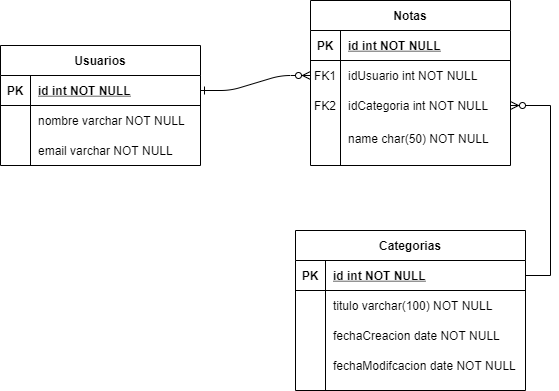
This is tareasDb.png from antoniooroug/tareasDataBase, a draw.io export, as it was before one commit. Source tidied: cells renumbered, new cells last; positions are measured from the earlier drawing's top-left corner, leaving out a move shared by most shapes.
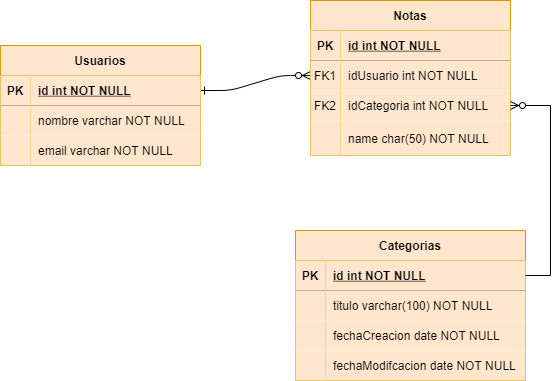
The same diagram one commit later.

Change to the diagram source:
```diff
@@ -5,112 +5,112 @@
     <mxCell id="2" style="edgeStyle=entityRelationEdgeStyle;endArrow=ERzeroToMany;startArrow=ERone;endFill=1;startFill=0;exitX=1;exitY=0.5;exitDx=0;exitDy=0;" parent="1" edge="1" source="30" target="7">
       <mxGeometry relative="1" as="geometry" />
     </mxCell>
-    <mxCell id="3" value="Notas" style="shape=table;startSize=30;rowLines=0;fontStyle=1;align=center;" parent="1" vertex="1">
-      <mxGeometry x="310" width="200" height="165" as="geometry" />
+    <mxCell id="3" value="Notas" style="shape=table;startSize=30;rowLines=0;fontStyle=1;align=center;fillColor=#ffe6cc;strokeColor=#d79b00;" parent="1" vertex="1">
+      <mxGeometry x="310" width="200" height="155" as="geometry" />
     </mxCell>
     <mxCell id="4" style="shape=partialRectangle;fillColor=none;top=0;left=0;right=0;bottom=1;" parent="3" vertex="1">
       <mxGeometry y="30" width="200" height="30" as="geometry" />
     </mxCell>
-    <mxCell id="5" value="PK" style="shape=partialRectangle;overflow=hidden;fillColor=none;top=0;left=0;bottom=0;right=0;fontStyle=1;" parent="4" vertex="1">
+    <mxCell id="5" value="PK" style="shape=partialRectangle;overflow=hidden;fillColor=#ffe6cc;top=0;left=0;bottom=0;right=0;fontStyle=1;strokeColor=#d79b00;" parent="4" vertex="1">
       <mxGeometry width="30" height="30" as="geometry" />
     </mxCell>
-    <mxCell id="6" value="id int NOT NULL " style="shape=partialRectangle;overflow=hidden;fillColor=none;top=0;left=0;bottom=0;right=0;align=left;spacingLeft=6;fontStyle=5;" parent="4" vertex="1">
+    <mxCell id="6" value="id int NOT NULL " style="shape=partialRectangle;overflow=hidden;fillColor=#ffe6cc;top=0;left=0;bottom=0;right=0;align=left;spacingLeft=6;fontStyle=5;strokeColor=#d79b00;" parent="4" vertex="1">
       <mxGeometry x="30" width="170" height="30" as="geometry" />
     </mxCell>
     <mxCell id="7" style="shape=partialRectangle;fillColor=none;points=[[0,0.5],[1,0.5]];portConstraint=eastwest;top=0;left=0;right=0;bottom=0;" parent="3" vertex="1">
       <mxGeometry y="60" width="200" height="30" as="geometry" />
     </mxCell>
-    <mxCell id="8" value="FK1" style="shape=partialRectangle;overflow=hidden;fillColor=none;top=0;left=0;bottom=0;right=0;" parent="7" vertex="1">
+    <mxCell id="8" value="FK1" style="shape=partialRectangle;overflow=hidden;fillColor=#ffe6cc;top=0;left=0;bottom=0;right=0;strokeColor=#d79b00;" parent="7" vertex="1">
       <mxGeometry width="30" height="30" as="geometry" />
     </mxCell>
-    <mxCell id="9" value="idUsuario int NOT NULL" style="shape=partialRectangle;overflow=hidden;fillColor=none;top=0;left=0;bottom=0;right=0;align=left;spacingLeft=6;" parent="7" vertex="1">
+    <mxCell id="9" value="idUsuario int NOT NULL" style="shape=partialRectangle;overflow=hidden;fillColor=#ffe6cc;top=0;left=0;bottom=0;right=0;align=left;spacingLeft=6;strokeColor=#d79b00;" parent="7" vertex="1">
       <mxGeometry x="30" width="170" height="30" as="geometry" />
     </mxCell>
     <mxCell id="10" style="shape=partialRectangle;fillColor=none;points=[[0,0.5],[1,0.5]];portConstraint=eastwest;top=0;left=0;right=0;bottom=0;" parent="3" vertex="1">
       <mxGeometry y="90" width="200" height="30" as="geometry" />
     </mxCell>
-    <mxCell id="11" value="FK2" style="shape=partialRectangle;overflow=hidden;fillColor=none;top=0;left=0;bottom=0;right=0;" parent="10" vertex="1">
+    <mxCell id="11" value="FK2" style="shape=partialRectangle;overflow=hidden;fillColor=#ffe6cc;top=0;left=0;bottom=0;right=0;strokeColor=#d79b00;" parent="10" vertex="1">
       <mxGeometry width="30" height="30" as="geometry" />
     </mxCell>
-    <mxCell id="12" value="idCategoria int NOT NULL" style="shape=partialRectangle;overflow=hidden;fillColor=none;top=0;left=0;bottom=0;right=0;align=left;spacingLeft=6;" parent="10" vertex="1">
+    <mxCell id="12" value="idCategoria int NOT NULL" style="shape=partialRectangle;overflow=hidden;fillColor=#ffe6cc;top=0;left=0;bottom=0;right=0;align=left;spacingLeft=6;strokeColor=#d79b00;" parent="10" vertex="1">
       <mxGeometry x="30" width="170" height="30" as="geometry" />
     </mxCell>
     <mxCell id="13" style="shape=partialRectangle;fillColor=none;top=0;left=0;right=0;bottom=0;" parent="3" vertex="1">
       <mxGeometry y="120" width="200" height="35" as="geometry" />
     </mxCell>
-    <mxCell id="14" style="shape=partialRectangle;overflow=hidden;fillColor=none;top=0;left=0;bottom=0;right=0;" parent="13" vertex="1">
+    <mxCell id="14" style="shape=partialRectangle;overflow=hidden;fillColor=#ffe6cc;top=0;left=0;bottom=0;right=0;strokeColor=#d79b00;" parent="13" vertex="1">
       <mxGeometry width="30" height="35" as="geometry" />
     </mxCell>
-    <mxCell id="15" value="name char(50) NOT NULL" style="shape=partialRectangle;overflow=hidden;fillColor=none;top=0;left=0;bottom=0;right=0;align=left;spacingLeft=6;" parent="13" vertex="1">
+    <mxCell id="15" value="name char(50) NOT NULL" style="shape=partialRectangle;overflow=hidden;fillColor=#ffe6cc;top=0;left=0;bottom=0;right=0;align=left;spacingLeft=6;strokeColor=#d79b00;" parent="13" vertex="1">
       <mxGeometry x="30" width="170" height="35" as="geometry" />
     </mxCell>
-    <mxCell id="16" value="Categorias" style="shape=table;startSize=30;rowLines=0;fontStyle=1;align=center;" parent="1" vertex="1">
-      <mxGeometry x="295" y="230" width="230" height="160" as="geometry" />
+    <mxCell id="16" value="Categorias" style="shape=table;startSize=30;rowLines=0;fontStyle=1;align=center;fillColor=#ffe6cc;strokeColor=#d79b00;" parent="1" vertex="1">
+      <mxGeometry x="295" y="230" width="230" height="150" as="geometry" />
     </mxCell>
     <mxCell id="17" style="shape=partialRectangle;fillColor=none;points=[[0,0.5],[1,0.5]];portConstraint=eastwest;top=0;left=0;right=0;bottom=1;" parent="16" vertex="1">
       <mxGeometry y="30" width="230" height="30" as="geometry" />
     </mxCell>
-    <mxCell id="18" value="PK" style="shape=partialRectangle;overflow=hidden;fillColor=none;top=0;left=0;bottom=0;right=0;fontStyle=1;" parent="17" vertex="1">
+    <mxCell id="18" value="PK" style="shape=partialRectangle;overflow=hidden;fillColor=#ffe6cc;top=0;left=0;bottom=0;right=0;fontStyle=1;strokeColor=#d79b00;" parent="17" vertex="1">
       <mxGeometry width="30" height="30" as="geometry" />
     </mxCell>
-    <mxCell id="19" value="id int NOT NULL " style="shape=partialRectangle;overflow=hidden;fillColor=none;top=0;left=0;bottom=0;right=0;align=left;spacingLeft=6;fontStyle=5;" parent="17" vertex="1">
+    <mxCell id="19" value="id int NOT NULL " style="shape=partialRectangle;overflow=hidden;fillColor=#ffe6cc;top=0;left=0;bottom=0;right=0;align=left;spacingLeft=6;fontStyle=5;strokeColor=#d79b00;" parent="17" vertex="1">
       <mxGeometry x="30" width="200" height="30" as="geometry" />
     </mxCell>
     <mxCell id="20" style="shape=partialRectangle;fillColor=none;top=0;left=0;right=0;bottom=0;" parent="16" vertex="1">
       <mxGeometry y="60" width="230" height="30" as="geometry" />
     </mxCell>
-    <mxCell id="21" style="shape=partialRectangle;overflow=hidden;fillColor=none;top=0;left=0;bottom=0;right=0;" parent="20" vertex="1">
+    <mxCell id="21" style="shape=partialRectangle;overflow=hidden;fillColor=#ffe6cc;top=0;left=0;bottom=0;right=0;strokeColor=#d79b00;" parent="20" vertex="1">
       <mxGeometry width="30" height="30" as="geometry" />
     </mxCell>
-    <mxCell id="22" value="titulo varchar(100) NOT NULL" style="shape=partialRectangle;overflow=hidden;fillColor=none;top=0;left=0;bottom=0;right=0;align=left;spacingLeft=6;" parent="20" vertex="1">
+    <mxCell id="22" value="titulo varchar(100) NOT NULL" style="shape=partialRectangle;overflow=hidden;fillColor=#ffe6cc;top=0;left=0;bottom=0;right=0;align=left;spacingLeft=6;strokeColor=#d79b00;" parent="20" vertex="1">
       <mxGeometry x="30" width="200" height="30" as="geometry" />
     </mxCell>
     <mxCell id="23" style="shape=partialRectangle;fillColor=none;top=0;left=0;right=0;bottom=0;" parent="16" vertex="1">
       <mxGeometry y="90" width="230" height="30" as="geometry" />
     </mxCell>
-    <mxCell id="24" style="shape=partialRectangle;overflow=hidden;fillColor=none;top=0;left=0;bottom=0;right=0;" parent="23" vertex="1">
+    <mxCell id="24" style="shape=partialRectangle;overflow=hidden;fillColor=#ffe6cc;top=0;left=0;bottom=0;right=0;strokeColor=#d79b00;" parent="23" vertex="1">
       <mxGeometry width="30" height="30" as="geometry" />
     </mxCell>
-    <mxCell id="25" value="fechaCreacion date NOT NULL" style="shape=partialRectangle;overflow=hidden;fillColor=none;top=0;left=0;bottom=0;right=0;align=left;spacingLeft=6;" parent="23" vertex="1">
+    <mxCell id="25" value="fechaCreacion date NOT NULL" style="shape=partialRectangle;overflow=hidden;fillColor=#ffe6cc;top=0;left=0;bottom=0;right=0;align=left;spacingLeft=6;strokeColor=#d79b00;" parent="23" vertex="1">
       <mxGeometry x="30" width="200" height="30" as="geometry" />
     </mxCell>
     <mxCell id="26" style="shape=partialRectangle;fillColor=none;top=0;left=0;right=0;bottom=0;" parent="16" vertex="1">
       <mxGeometry y="120" width="230" height="30" as="geometry" />
     </mxCell>
-    <mxCell id="27" style="shape=partialRectangle;overflow=hidden;fillColor=none;top=0;left=0;bottom=0;right=0;" parent="26" vertex="1">
+    <mxCell id="27" style="shape=partialRectangle;overflow=hidden;fillColor=#ffe6cc;top=0;left=0;bottom=0;right=0;strokeColor=#d79b00;" parent="26" vertex="1">
       <mxGeometry width="30" height="30" as="geometry" />
     </mxCell>
-    <mxCell id="28" value="fechaModifcacion date NOT NULL" style="shape=partialRectangle;overflow=hidden;fillColor=none;top=0;left=0;bottom=0;right=0;align=left;spacingLeft=6;" parent="26" vertex="1">
+    <mxCell id="28" value="fechaModifcacion date NOT NULL" style="shape=partialRectangle;overflow=hidden;fillColor=#ffe6cc;top=0;left=0;bottom=0;right=0;align=left;spacingLeft=6;strokeColor=#d79b00;" parent="26" vertex="1">
       <mxGeometry x="30" width="200" height="30" as="geometry" />
     </mxCell>
-    <mxCell id="29" value="Usuarios" style="shape=table;startSize=30;rowLines=0;fontStyle=1;align=center;" parent="1" vertex="1">
+    <mxCell id="29" value="Usuarios" style="shape=table;startSize=30;rowLines=0;fontStyle=1;align=center;fillColor=#ffe6cc;strokeColor=#d79b00;" parent="1" vertex="1">
       <mxGeometry y="45" width="200" height="120" as="geometry" />
     </mxCell>
     <mxCell id="30" style="shape=partialRectangle;fillColor=none;points=[[0,0.5],[1,0.5]];portConstraint=eastwest;top=0;left=0;right=0;bottom=1;" parent="29" vertex="1">
       <mxGeometry y="30" width="200" height="30" as="geometry" />
     </mxCell>
-    <mxCell id="31" value="PK" style="shape=partialRectangle;overflow=hidden;fillColor=none;top=0;left=0;bottom=0;right=0;fontStyle=1;" parent="30" vertex="1">
+    <mxCell id="31" value="PK" style="shape=partialRectangle;overflow=hidden;fillColor=#ffe6cc;top=0;left=0;bottom=0;right=0;fontStyle=1;strokeColor=#d79b00;" parent="30" vertex="1">
       <mxGeometry width="30" height="30" as="geometry" />
     </mxCell>
-    <mxCell id="32" value="id int NOT NULL " style="shape=partialRectangle;overflow=hidden;fillColor=none;top=0;left=0;bottom=0;right=0;align=left;spacingLeft=6;fontStyle=5;" parent="30" vertex="1">
+    <mxCell id="32" value="id int NOT NULL " style="shape=partialRectangle;overflow=hidden;fillColor=#ffe6cc;top=0;left=0;bottom=0;right=0;align=left;spacingLeft=6;fontStyle=5;strokeColor=#d79b00;" parent="30" vertex="1">
       <mxGeometry x="30" width="170" height="30" as="geometry" />
     </mxCell>
     <mxCell id="33" style="shape=partialRectangle;fillColor=none;top=0;left=0;right=0;bottom=0;" parent="29" vertex="1">
       <mxGeometry y="60" width="200" height="30" as="geometry" />
     </mxCell>
-    <mxCell id="34" style="shape=partialRectangle;overflow=hidden;fillColor=none;top=0;left=0;bottom=0;right=0;" parent="33" vertex="1">
+    <mxCell id="34" style="shape=partialRectangle;overflow=hidden;fillColor=#ffe6cc;top=0;left=0;bottom=0;right=0;strokeColor=#d79b00;" parent="33" vertex="1">
       <mxGeometry width="30" height="30" as="geometry" />
     </mxCell>
-    <mxCell id="35" value="nombre varchar NOT NULL" style="shape=partialRectangle;overflow=hidden;fillColor=none;top=0;left=0;bottom=0;right=0;align=left;spacingLeft=6;" parent="33" vertex="1">
+    <mxCell id="35" value="nombre varchar NOT NULL" style="shape=partialRectangle;overflow=hidden;fillColor=#ffe6cc;top=0;left=0;bottom=0;right=0;align=left;spacingLeft=6;strokeColor=#d79b00;" parent="33" vertex="1">
       <mxGeometry x="30" width="170" height="30" as="geometry" />
     </mxCell>
     <mxCell id="36" style="shape=partialRectangle;fillColor=none;top=0;left=0;right=0;bottom=0;" parent="29" vertex="1">
       <mxGeometry y="90" width="200" height="30" as="geometry" />
     </mxCell>
-    <mxCell id="37" style="shape=partialRectangle;overflow=hidden;fillColor=none;top=0;left=0;bottom=0;right=0;" parent="36" vertex="1">
+    <mxCell id="37" style="shape=partialRectangle;overflow=hidden;fillColor=#ffe6cc;top=0;left=0;bottom=0;right=0;strokeColor=#d79b00;" parent="36" vertex="1">
       <mxGeometry width="30" height="30" as="geometry" />
     </mxCell>
-    <mxCell id="38" value="email varchar NOT NULL" style="shape=partialRectangle;overflow=hidden;fillColor=none;top=0;left=0;bottom=0;right=0;align=left;spacingLeft=6;" parent="36" vertex="1">
+    <mxCell id="38" value="email varchar NOT NULL" style="shape=partialRectangle;overflow=hidden;fillColor=#ffe6cc;top=0;left=0;bottom=0;right=0;align=left;spacingLeft=6;strokeColor=#d79b00;" parent="36" vertex="1">
       <mxGeometry x="30" width="170" height="30" as="geometry" />
     </mxCell>
     <mxCell id="39" style="edgeStyle=elbowEdgeStyle;fontSize=12;html=1;endArrow=ERzeroToMany;endFill=1;rounded=0;entryX=1;entryY=0.5;entryDx=0;entryDy=0;exitX=1;exitY=0.5;exitDx=0;exitDy=0;" parent="1" edge="1" source="17" target="10">
```
